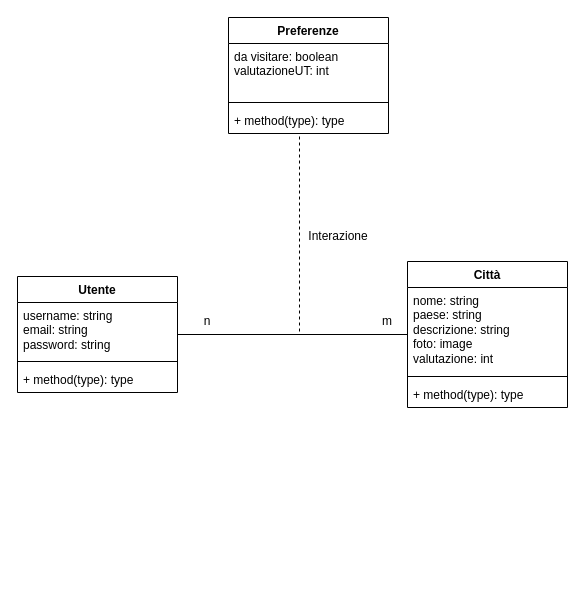
Above: Untitled (1).drawio in antoniovalentino/vIAggiando-adm (draw.io), before the change. Source tidied: cells renumbered, new cells numbered last; positions are measured from the earlier drawing's top-left corner, leaving out a move shared by most shapes. Both pictures are drawn from the tidied source at 100%, with x=0, y=0 at pixel (17, 17).
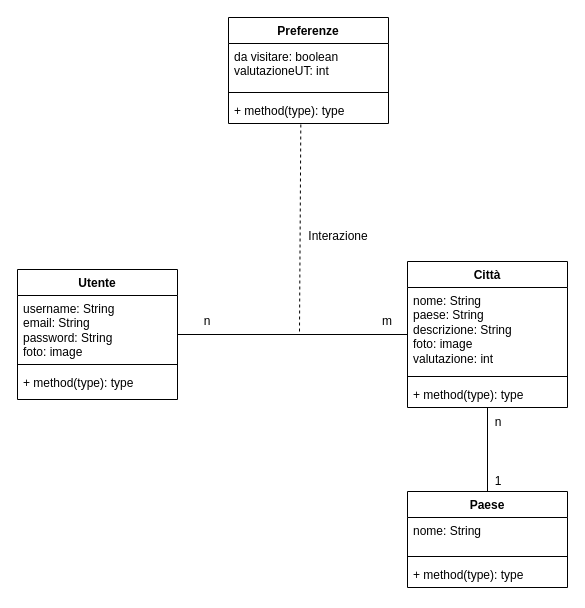
The same diagram, later.

Commit message (it also covers changes not shown here):
data model

Unchanged cells that the change refers to:
```xml
<mxCell id="7" value="Città" style="swimlane;fontStyle=1;align=center;verticalAlign=top;horizontal=1;startSize=26;whiteSpace=wrap;html=1;" parent="1" vertex="1">
  <mxGeometry x="390" y="244" width="160" height="146" as="geometry" />
</mxCell>
<mxCell id="10" value="+ method(type): type" style="text;strokeColor=none;fillColor=none;align=left;verticalAlign=top;spacingLeft=4;spacingRight=4;overflow=hidden;points=[[0,0.5],[1,0.5]];portConstraint=eastwest;whiteSpace=wrap;html=1;" parent="7" vertex="1">
  <mxGeometry y="120" width="160" height="26" as="geometry" />
</mxCell>
```

What changed in the source:
```diff
@@
     <mxCell id="3" value="Utente" style="swimlane;fontStyle=1;align=center;verticalAlign=top;horizontal=1;startSize=26;whiteSpace=wrap;html=1;" parent="1" vertex="1">
-      <mxGeometry y="259" width="160" height="116" as="geometry" />
+      <mxGeometry y="252" width="160" height="130" as="geometry" />
     </mxCell>
-    <mxCell id="4" value="username: string&lt;br&gt;email: string&lt;br&gt;password: string" style="text;strokeColor=none;fillColor=none;align=left;verticalAlign=top;spacingLeft=4;spacingRight=4;overflow=hidden;whiteSpace=wrap;html=1;" parent="3" vertex="1">
-      <mxGeometry y="26" width="160" height="54" as="geometry" />
+    <mxCell id="4" value="username: String&lt;br&gt;email: String&lt;br&gt;password: String&lt;br&gt;foto: image" style="text;strokeColor=none;fillColor=none;align=left;verticalAlign=top;spacingLeft=4;spacingRight=4;overflow=hidden;whiteSpace=wrap;html=1;" parent="3" vertex="1">
+      <mxGeometry y="26" width="160" height="64" as="geometry" />
     </mxCell>
     <mxCell id="5" style="line;strokeWidth=1;fillColor=none;align=left;verticalAlign=middle;spacingTop=-1;spacingLeft=3;spacingRight=3;labelPosition=right;strokeColor=inherit;" parent="3" vertex="1">
-      <mxGeometry y="80" width="160" height="10" as="geometry" />
+      <mxGeometry y="90" width="160" height="10" as="geometry" />
     </mxCell>
     <mxCell id="6" value="+ method(type): type" style="text;strokeColor=none;fillColor=none;align=left;verticalAlign=top;spacingLeft=4;spacingRight=4;overflow=hidden;whiteSpace=wrap;html=1;" parent="3" vertex="1">
-      <mxGeometry y="90" width="160" height="26" as="geometry" />
+      <mxGeometry y="100" width="160" height="30" as="geometry" />
     </mxCell>
@@
-    <mxCell id="8" value="nome: string&lt;br&gt;paese: string&lt;br&gt;descrizione: string&lt;br&gt;foto: image&lt;br&gt;valutazione: int" style="text;strokeColor=none;fillColor=none;align=left;verticalAlign=top;spacingLeft=4;spacingRight=4;overflow=hidden;whiteSpace=wrap;html=1;" parent="7" vertex="1">
+    <mxCell id="8" value="nome: String&lt;br&gt;paese: String&lt;br&gt;descrizione: String&lt;br&gt;foto: image&lt;br&gt;valutazione: int" style="text;strokeColor=none;fillColor=none;align=left;verticalAlign=top;spacingLeft=4;spacingRight=4;overflow=hidden;whiteSpace=wrap;html=1;" parent="7" vertex="1">
       <mxGeometry y="26" width="160" height="84" as="geometry" />
     </mxCell>
@@
-    <mxCell id="13" style="endArrow=none;dashed=1;html=1;rounded=0;entryX=0.444;entryY=1.019;entryDx=0;entryDy=0;entryPerimeter=0;" parent="1" edge="1">
+    <mxCell id="13" style="endArrow=none;dashed=1;html=1;rounded=0;entryX=0.452;entryY=1.038;entryDx=0;entryDy=0;entryPerimeter=0;" parent="1" edge="1" target="18">
       <mxGeometry relative="1" as="geometry">
         <mxPoint x="282" y="314" as="sourcePoint" />
-        <mxPoint x="282" y="116.5" as="targetPoint" />
       </mxGeometry>
     </mxCell>
@@
     <mxCell id="15" value="Preferenze" style="swimlane;fontStyle=1;align=center;verticalAlign=top;horizontal=1;startSize=26;whiteSpace=wrap;html=1;" parent="1" vertex="1">
-      <mxGeometry x="211" width="160" height="116" as="geometry" />
+      <mxGeometry x="211" width="160" height="106" as="geometry" />
     </mxCell>
     <mxCell id="16" value="da visitare: boolean&lt;br&gt;valutazioneUT: int&lt;br&gt;" style="text;strokeColor=none;fillColor=none;align=left;verticalAlign=top;spacingLeft=4;spacingRight=4;overflow=hidden;whiteSpace=wrap;html=1;" parent="15" vertex="1">
-      <mxGeometry y="26" width="160" height="54" as="geometry" />
+      <mxGeometry y="26" width="160" height="44" as="geometry" />
     </mxCell>
     <mxCell id="17" style="line;strokeWidth=1;fillColor=none;align=left;verticalAlign=middle;spacingTop=-1;spacingLeft=3;spacingRight=3;labelPosition=right;strokeColor=inherit;" parent="15" vertex="1">
-      <mxGeometry y="80" width="160" height="10" as="geometry" />
+      <mxGeometry y="70" width="160" height="10" as="geometry" />
     </mxCell>
     <mxCell id="18" value="+ method(type): type" style="text;strokeColor=none;fillColor=none;align=left;verticalAlign=top;spacingLeft=4;spacingRight=4;overflow=hidden;points=[[0,0.5],[1,0.5]];portConstraint=eastwest;whiteSpace=wrap;html=1;" parent="15" vertex="1">
-      <mxGeometry y="90" width="160" height="26" as="geometry" />
+      <mxGeometry y="80" width="160" height="26" as="geometry" />
     </mxCell>
+    <mxCell id="19" value="Paese" style="swimlane;fontStyle=1;align=center;verticalAlign=top;horizontal=1;startSize=26;whiteSpace=wrap;html=1;" parent="1" vertex="1">
+      <mxGeometry x="390" y="474" width="160" height="96" as="geometry" />
+    </mxCell>
+    <mxCell id="20" value="nome: String" style="text;strokeColor=none;fillColor=none;align=left;verticalAlign=top;spacingLeft=4;spacingRight=4;overflow=hidden;whiteSpace=wrap;html=1;" parent="19" vertex="1">
+      <mxGeometry y="26" width="160" height="34" as="geometry" />
+    </mxCell>
+    <mxCell id="21" style="line;strokeWidth=1;fillColor=none;align=left;verticalAlign=middle;spacingTop=-1;spacingLeft=3;spacingRight=3;labelPosition=right;strokeColor=inherit;" parent="19" vertex="1">
+      <mxGeometry y="60" width="160" height="10" as="geometry" />
+    </mxCell>
+    <mxCell id="22" value="+ method(type): type" style="text;strokeColor=none;fillColor=none;align=left;verticalAlign=top;spacingLeft=4;spacingRight=4;overflow=hidden;whiteSpace=wrap;html=1;" parent="19" vertex="1">
+      <mxGeometry y="70" width="160" height="26" as="geometry" />
+    </mxCell>
+    <mxCell id="23" style="endArrow=none;html=1;rounded=0;exitX=0.5;exitY=0;exitDx=0;exitDy=0;" parent="1" edge="1" source="19" target="10">
+      <mxGeometry relative="1" as="geometry" />
+    </mxCell>
+    <mxCell id="24" value="n" style="text;html=1;strokeColor=none;fillColor=none;align=center;verticalAlign=middle;whiteSpace=wrap;rounded=0;" parent="1" vertex="1">
+      <mxGeometry x="451" y="390" width="60" height="30" as="geometry" />
+    </mxCell>
+    <mxCell id="25" value="1" style="text;html=1;strokeColor=none;fillColor=none;align=center;verticalAlign=middle;whiteSpace=wrap;rounded=0;" parent="1" vertex="1">
+      <mxGeometry x="451" y="449" width="60" height="30" as="geometry" />
+    </mxCell>
```
